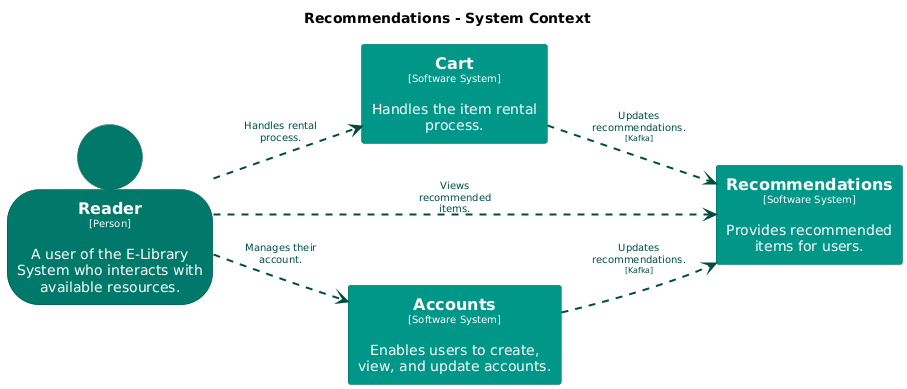
Goodmorning918/E-Library-Architecture keeps this PlantUML diagram as main/png/SystemContext-005.png. Above is the earlier version.
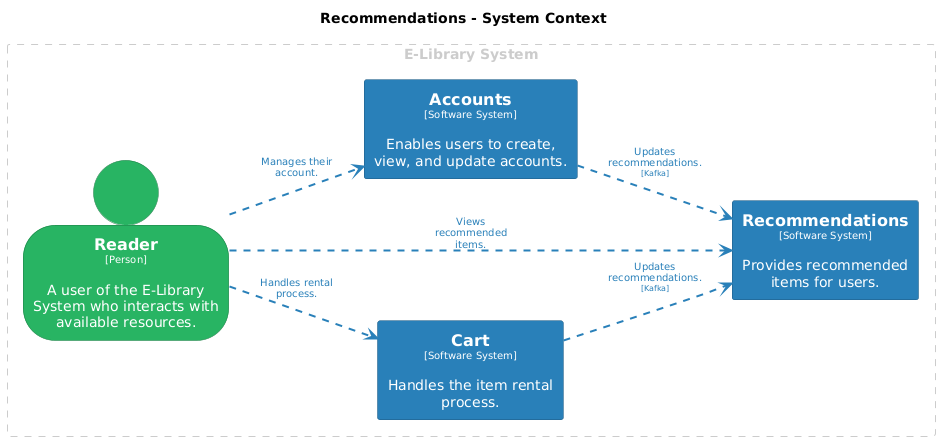
After the change.

Diff of the diagram source:
```diff
@@ -14,38 +14,45 @@
 hide stereotype
 
 skinparam rectangle<<Accounts>> {
-  BackgroundColor #009688
+  BackgroundColor #2980b9
   FontColor #ffffff
-  BorderColor #00695f
+  BorderColor #1c5981
   shadowing false
 }
 skinparam rectangle<<Cart>> {
-  BackgroundColor #009688
+  BackgroundColor #2980b9
   FontColor #ffffff
-  BorderColor #00695f
+  BorderColor #1c5981
   shadowing false
 }
 skinparam person<<Reader>> {
-  BackgroundColor #00796b
+  BackgroundColor #28b463
   FontColor #ffffff
-  BorderColor #00544a
+  BorderColor #1c7d45
   shadowing false
 }
 skinparam rectangle<<Recommendations>> {
-  BackgroundColor #009688
+  BackgroundColor #2980b9
   FontColor #ffffff
-  BorderColor #00695f
+  BorderColor #1c5981
   shadowing false
 }
 
-person "==Reader\n<size:10>[Person]</size>\n\nA user of the E-Library System who interacts with available resources." <<Reader>> as Reader
-rectangle "==Cart\n<size:10>[Software System]</size>\n\nHandles the item rental process." <<Cart>> as Cart
-rectangle "==Recommendations\n<size:10>[Software System]</size>\n\nProvides recommended items for users." <<Recommendations>> as Recommendations
-rectangle "==Accounts\n<size:10>[Software System]</size>\n\nEnables users to create, view, and update accounts." <<Accounts>> as Accounts
+rectangle "E-Library System" <<group1>> as group1 {
+  skinparam RectangleBorderColor<<group1>> #cccccc
+  skinparam RectangleFontColor<<group1>> #cccccc
+  skinparam RectangleBorderStyle<<group1>> dashed
 
-Reader .[#004d40,thickness=2].> Accounts : "<color:#004d40>Manages their account."
-Reader .[#004d40,thickness=2].> Cart : "<color:#004d40>Handles rental process."
-Reader .[#004d40,thickness=2].> Recommendations : "<color:#004d40>Views recommended items."
-Accounts .[#004d40,thickness=2].> Recommendations : "<color:#004d40>Updates recommendations.\n<color:#004d40><size:8>[Kafka]</size>"
-Cart .[#004d40,thickness=2].> Recommendations : "<color:#004d40>Updates recommendations.\n<color:#004d40><size:8>[Kafka]</size>"
+  person "==Reader\n<size:10>[Person]</size>\n\nA user of the E-Library System who interacts with available resources." <<Reader>> as Reader
+  rectangle "==Cart\n<size:10>[Software System]</size>\n\nHandles the item rental process." <<Cart>> as Cart
+  rectangle "==Recommendations\n<size:10>[Software System]</size>\n\nProvides recommended items for users." <<Recommendations>> as Recommendations
+  rectangle "==Accounts\n<size:10>[Software System]</size>\n\nEnables users to create, view, and update accounts." <<Accounts>> as Accounts
+}
+
+
+Reader .[#2980b9,thickness=2].> Accounts : "<color:#2980b9>Manages their account."
+Reader .[#2980b9,thickness=2].> Cart : "<color:#2980b9>Handles rental process."
+Reader .[#2980b9,thickness=2].> Recommendations : "<color:#2980b9>Views recommended items."
+Accounts .[#2980b9,thickness=2].> Recommendations : "<color:#2980b9>Updates recommendations.\n<color:#2980b9><size:8>[Kafka]</size>"
+Cart .[#2980b9,thickness=2].> Recommendations : "<color:#2980b9>Updates recommendations.\n<color:#2980b9><size:8>[Kafka]</size>"
 @enduml
```
